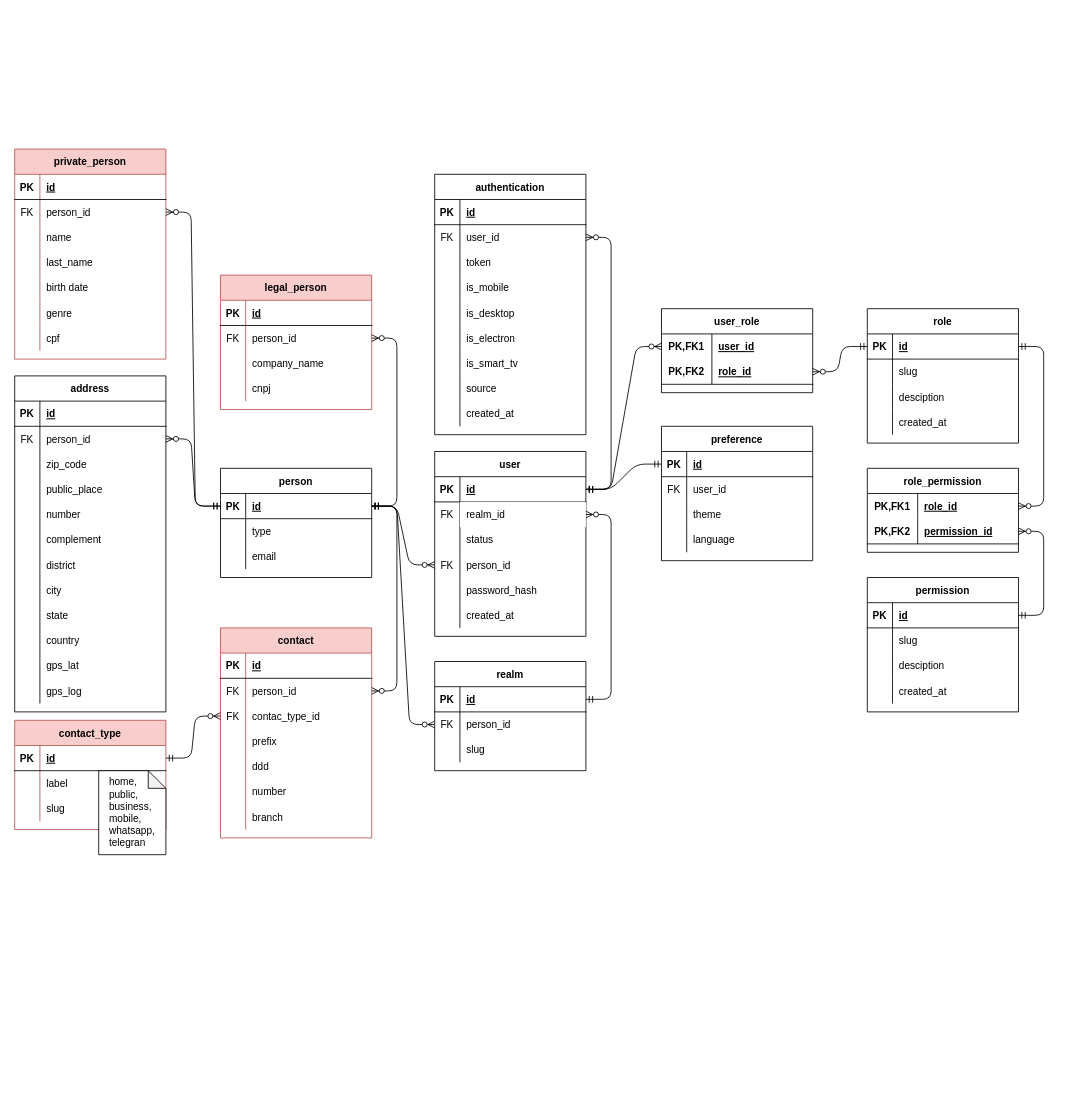
Earlier version of the draw.io diagram doc/baseacl.drawio (rafaelaraujobr/baseacl). Source tidied: cells renumbered, new cells numbered last; positions are measured from the earlier drawing's top-left corner, leaving out a move shared by most shapes. Both pictures are drawn from the tidied source at 84%, with x=0, y=0 at pixel (14, 149).
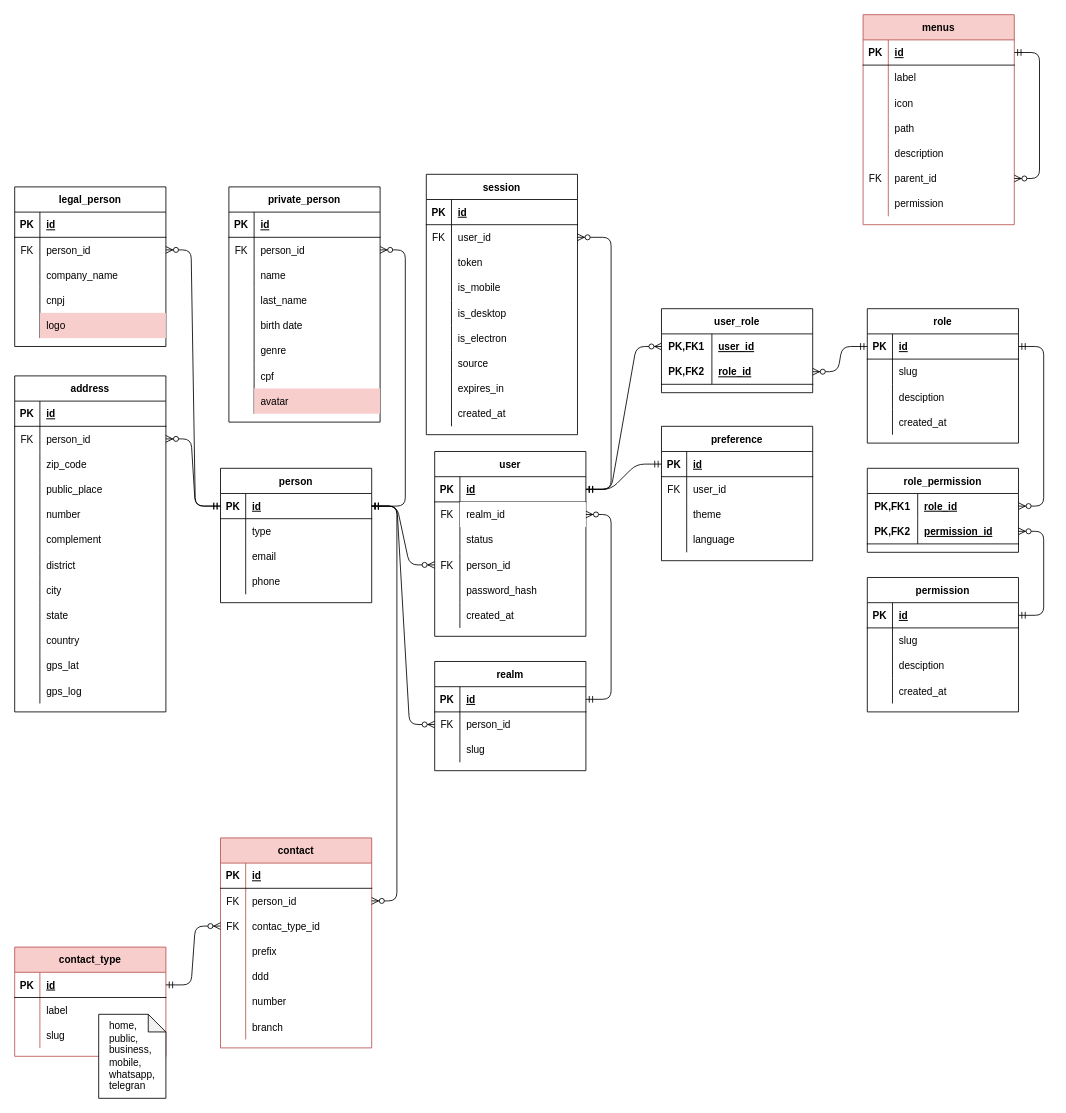
After the change.

Unchanged cells that the change refers to:
```xml
<mxCell id="22" style="shape=partialRectangle;fillColor=none;top=0;left=0;bottom=1;right=0;points=[[0,0.5],[1,0.5]];portConstraint=eastwest;" parent="21" vertex="1">
  <mxGeometry y="30" width="180" height="30" as="geometry" />
</mxCell>
<mxCell id="154" style="shape=partialRectangle;fillColor=none;top=0;left=0;bottom=0;right=0;points=[[0,0.5],[1,0.5]];portConstraint=eastwest;" parent="150" vertex="1">
  <mxGeometry y="60" width="180" height="30" as="geometry" />
</mxCell>
```

The edit, as a diff of the source:
```diff
@@
     <mxCell id="21" value="person" style="shape=table;startSize=30;childLayout=tableLayout;rowLines=0;fontStyle=1;align=center;" parent="1" vertex="1">
-      <mxGeometry x="245" y="380" width="180" height="130" as="geometry" />
+      <mxGeometry x="245" y="380" width="180" height="160" as="geometry" />
     </mxCell>
@@
+    <mxCell id="241" style="shape=partialRectangle;fillColor=none;top=0;left=0;bottom=0;right=0;" parent="21" vertex="1">
+      <mxGeometry y="120" width="180" height="30" as="geometry" />
+    </mxCell>
+    <mxCell id="242" style="shape=partialRectangle;fillColor=none;top=0;left=0;bottom=0;right=0;overflow=hidden;" parent="241" vertex="1">
+      <mxGeometry width="30" height="30" as="geometry" />
+    </mxCell>
+    <mxCell id="243" value="phone" style="shape=partialRectangle;fillColor=none;top=0;left=0;bottom=0;right=0;align=left;spacingLeft=6;overflow=hidden;" parent="241" vertex="1">
+      <mxGeometry x="30" width="150" height="30" as="geometry" />
+    </mxCell>
@@
-    <mxCell id="126" value="private_person" style="shape=table;startSize=30;childLayout=tableLayout;rowLines=0;fontStyle=1;align=center;fillColor=#f8cecc;strokeColor=#b85450;" parent="1" vertex="1">
-      <mxGeometry width="180" height="250" as="geometry" />
+    <mxCell id="126" value="private_person" style="shape=table;startSize=30;childLayout=tableLayout;rowLines=0;fontStyle=1;align=center;" parent="1" vertex="1">
+      <mxGeometry x="255" y="45" width="180" height="280" as="geometry" />
     </mxCell>
@@
+    <mxCell id="244" style="shape=partialRectangle;fillColor=none;top=0;left=0;bottom=0;right=0;" parent="126" vertex="1">
+      <mxGeometry y="240" width="180" height="30" as="geometry" />
+    </mxCell>
+    <mxCell id="245" style="shape=partialRectangle;top=0;left=0;bottom=0;right=0;overflow=hidden;fillColor=none;" parent="244" vertex="1">
+      <mxGeometry width="30" height="30" as="geometry" />
+    </mxCell>
+    <mxCell id="246" value="avatar" style="shape=partialRectangle;top=0;left=0;bottom=0;right=0;align=left;spacingLeft=6;overflow=hidden;fillColor=#f8cecc;strokeColor=#b85450;" parent="244" vertex="1">
+      <mxGeometry x="30" width="150" height="30" as="geometry" />
+    </mxCell>
@@
-    <mxCell id="150" value="legal_person" style="shape=table;startSize=30;childLayout=tableLayout;rowLines=0;fontStyle=1;align=center;fillColor=#f8cecc;strokeColor=#b85450;" parent="1" vertex="1">
-      <mxGeometry x="245" y="150" width="180" height="160" as="geometry" />
+    <mxCell id="150" value="legal_person" style="shape=table;startSize=30;childLayout=tableLayout;rowLines=0;fontStyle=1;align=center;" parent="1" vertex="1">
+      <mxGeometry y="45" width="180" height="190" as="geometry" />
     </mxCell>
@@
+    <mxCell id="247" style="shape=partialRectangle;top=0;left=0;bottom=0;right=0;strokeColor=#b85450;fillColor=none;" parent="150" vertex="1">
+      <mxGeometry y="150" width="180" height="30" as="geometry" />
+    </mxCell>
+    <mxCell id="248" style="shape=partialRectangle;fillColor=none;top=0;left=0;bottom=0;right=0;overflow=hidden;" parent="247" vertex="1">
+      <mxGeometry width="30" height="30" as="geometry" />
+    </mxCell>
+    <mxCell id="249" value="logo" style="shape=partialRectangle;fillColor=#f8cecc;top=0;left=0;bottom=0;right=0;align=left;spacingLeft=6;overflow=hidden;strokeColor=#b85450;" parent="247" vertex="1">
+      <mxGeometry x="30" width="150" height="30" as="geometry" />
+    </mxCell>
@@
-    <mxCell id="174" style="edgeStyle=entityRelationEdgeStyle;fontSize=12;html=1;endArrow=ERzeroToMany;startArrow=ERmandOne;exitX=1;exitY=0.5;exitDx=0;exitDy=0;" parent="1" edge="1" source="22" target="154">
+    <mxCell id="174" style="edgeStyle=entityRelationEdgeStyle;fontSize=12;html=1;endArrow=ERzeroToMany;startArrow=ERmandOne;exitX=0;exitY=0.5;exitDx=0;exitDy=0;" parent="1" edge="1" source="22" target="154">
       <mxGeometry relative="1" as="geometry" />
     </mxCell>
@@
-    <mxCell id="177" value="authentication" style="shape=table;startSize=30;childLayout=tableLayout;rowLines=0;fontStyle=1;align=center;" parent="1" vertex="1">
-      <mxGeometry x="500" y="30" width="180" height="310" as="geometry" />
+    <mxCell id="177" value="session" style="shape=table;startSize=30;childLayout=tableLayout;rowLines=0;fontStyle=1;align=center;" parent="1" vertex="1">
+      <mxGeometry x="490" y="30" width="180" height="310" as="geometry" />
     </mxCell>
@@
+    <mxCell id="199" style="shape=partialRectangle;fillColor=none;top=0;left=0;bottom=0;right=0;" parent="177" vertex="1">
+      <mxGeometry y="210" width="180" height="30" as="geometry" />
+    </mxCell>
+    <mxCell id="200" style="shape=partialRectangle;fillColor=none;top=0;left=0;bottom=0;right=0;overflow=hidden;" parent="199" vertex="1">
+      <mxGeometry width="30" height="30" as="geometry" />
+    </mxCell>
+    <mxCell id="201" value="source" style="shape=partialRectangle;fillColor=none;top=0;left=0;bottom=0;right=0;align=left;spacingLeft=6;overflow=hidden;" parent="199" vertex="1">
+      <mxGeometry x="30" width="150" height="30" as="geometry" />
+    </mxCell>
     <mxCell id="196" style="shape=partialRectangle;fillColor=none;top=0;left=0;bottom=0;right=0;" parent="177" vertex="1">
-      <mxGeometry y="210" width="180" height="30" as="geometry" />
+      <mxGeometry y="240" width="180" height="30" as="geometry" />
     </mxCell>
@@
-    <mxCell id="198" value="is_smart_tv" style="shape=partialRectangle;fillColor=none;top=0;left=0;bottom=0;right=0;align=left;spacingLeft=6;overflow=hidden;" parent="196" vertex="1">
+    <mxCell id="198" value="expires_in" style="shape=partialRectangle;fillColor=none;top=0;left=0;bottom=0;right=0;align=left;spacingLeft=6;overflow=hidden;" parent="196" vertex="1">
       <mxGeometry x="30" width="150" height="30" as="geometry" />
     </mxCell>
-    <mxCell id="199" style="shape=partialRectangle;fillColor=none;top=0;left=0;bottom=0;right=0;" parent="177" vertex="1">
-      <mxGeometry y="240" width="180" height="30" as="geometry" />
-    </mxCell>
-    <mxCell id="200" style="shape=partialRectangle;fillColor=none;top=0;left=0;bottom=0;right=0;overflow=hidden;" parent="199" vertex="1">
-      <mxGeometry width="30" height="30" as="geometry" />
-    </mxCell>
-    <mxCell id="201" value="source" style="shape=partialRectangle;fillColor=none;top=0;left=0;bottom=0;right=0;align=left;spacingLeft=6;overflow=hidden;" parent="199" vertex="1">
-      <mxGeometry x="30" width="150" height="30" as="geometry" />
-    </mxCell>
@@
     <mxCell id="206" value="contact" style="shape=table;startSize=30;childLayout=tableLayout;rowLines=0;fontStyle=1;align=center;fillColor=#f8cecc;strokeColor=#b85450;" parent="1" vertex="1">
-      <mxGeometry x="245" y="570" width="180" height="250" as="geometry" />
+      <mxGeometry x="245" y="820" width="180" height="250" as="geometry" />
     </mxCell>
@@
     <mxCell id="229" value="contact_type" style="shape=table;startSize=30;childLayout=tableLayout;rowLines=0;fontStyle=1;align=center;fillColor=#f8cecc;strokeColor=#b85450;" parent="1" vertex="1">
-      <mxGeometry y="680" width="180" height="130" as="geometry" />
+      <mxGeometry y="950" width="180" height="130" as="geometry" />
     </mxCell>
@@
     <mxCell id="239" value="&lt;div style=&quot;text-align: justify&quot;&gt;&lt;span&gt;home,&lt;/span&gt;&lt;/div&gt;&lt;div style=&quot;text-align: justify&quot;&gt;&lt;span&gt;public,&lt;/span&gt;&lt;/div&gt;&lt;div style=&quot;text-align: justify&quot;&gt;&lt;span&gt;business,&lt;/span&gt;&lt;/div&gt;&lt;div style=&quot;text-align: justify&quot;&gt;&lt;span&gt;mobile,&lt;/span&gt;&lt;br&gt;&lt;/div&gt;&lt;div style=&quot;text-align: justify&quot;&gt;&lt;span&gt;whatsapp,&lt;/span&gt;&lt;/div&gt;&lt;div style=&quot;text-align: justify&quot;&gt;&lt;span&gt;telegran&lt;/span&gt;&lt;/div&gt;" style="shape=note;whiteSpace=wrap;html=1;backgroundOutline=1;darkOpacity=0.05;align=center;size=21;" parent="1" vertex="1">
-      <mxGeometry x="100" y="740" width="80" height="100" as="geometry" />
+      <mxGeometry x="100" y="1030" width="80" height="100" as="geometry" />
     </mxCell>
@@
+    <mxCell id="250" value="menus" style="shape=table;startSize=30;childLayout=tableLayout;rowLines=0;fontStyle=1;align=center;fillColor=#f8cecc;strokeColor=#b85450;" parent="1" vertex="1">
+      <mxGeometry x="1010" y="-160" width="180" height="250" as="geometry" />
+    </mxCell>
+    <mxCell id="251" style="shape=partialRectangle;fillColor=none;top=0;left=0;bottom=1;right=0;points=[[0,0.5],[1,0.5]];portConstraint=eastwest;" parent="250" vertex="1">
+      <mxGeometry y="30" width="180" height="30" as="geometry" />
+    </mxCell>
+    <mxCell id="252" value="PK" style="shape=partialRectangle;fillColor=none;top=0;left=0;bottom=0;right=0;fontStyle=1;overflow=hidden;" parent="251" vertex="1">
+      <mxGeometry width="30" height="30" as="geometry" />
+    </mxCell>
+    <mxCell id="253" value="id" style="shape=partialRectangle;fillColor=none;top=0;left=0;bottom=0;right=0;align=left;spacingLeft=6;fontStyle=5;overflow=hidden;" parent="251" vertex="1">
+      <mxGeometry x="30" width="150" height="30" as="geometry" />
+    </mxCell>
+    <mxCell id="254" style="shape=partialRectangle;fillColor=none;top=0;left=0;bottom=0;right=0;" parent="250" vertex="1">
+      <mxGeometry y="60" width="180" height="30" as="geometry" />
+    </mxCell>
+    <mxCell id="255" style="shape=partialRectangle;fillColor=none;top=0;left=0;bottom=0;right=0;overflow=hidden;" parent="254" vertex="1">
+      <mxGeometry width="30" height="30" as="geometry" />
+    </mxCell>
+    <mxCell id="256" value="label" style="shape=partialRectangle;fillColor=none;top=0;left=0;bottom=0;right=0;align=left;spacingLeft=6;overflow=hidden;" parent="254" vertex="1">
+      <mxGeometry x="30" width="150" height="30" as="geometry" />
+    </mxCell>
+    <mxCell id="257" style="shape=partialRectangle;fillColor=none;top=0;left=0;bottom=0;right=0;" parent="250" vertex="1">
+      <mxGeometry y="90" width="180" height="30" as="geometry" />
+    </mxCell>
+    <mxCell id="258" style="shape=partialRectangle;fillColor=none;top=0;left=0;bottom=0;right=0;overflow=hidden;" parent="257" vertex="1">
+      <mxGeometry width="30" height="30" as="geometry" />
+    </mxCell>
+    <mxCell id="259" value="icon" style="shape=partialRectangle;fillColor=none;top=0;left=0;bottom=0;right=0;align=left;spacingLeft=6;overflow=hidden;" parent="257" vertex="1">
+      <mxGeometry x="30" width="150" height="30" as="geometry" />
+    </mxCell>
+    <mxCell id="260" style="shape=partialRectangle;fillColor=none;top=0;left=0;bottom=0;right=0;" parent="250" vertex="1">
+      <mxGeometry y="120" width="180" height="30" as="geometry" />
+    </mxCell>
+    <mxCell id="261" style="shape=partialRectangle;fillColor=none;top=0;left=0;bottom=0;right=0;overflow=hidden;" parent="260" vertex="1">
+      <mxGeometry width="30" height="30" as="geometry" />
+    </mxCell>
+    <mxCell id="262" value="path" style="shape=partialRectangle;fillColor=none;top=0;left=0;bottom=0;right=0;align=left;spacingLeft=6;overflow=hidden;" parent="260" vertex="1">
+      <mxGeometry x="30" width="150" height="30" as="geometry" />
+    </mxCell>
+    <mxCell id="263" style="shape=partialRectangle;fillColor=none;top=0;left=0;bottom=0;right=0;" parent="250" vertex="1">
+      <mxGeometry y="150" width="180" height="30" as="geometry" />
+    </mxCell>
+    <mxCell id="264" style="shape=partialRectangle;fillColor=none;top=0;left=0;bottom=0;right=0;overflow=hidden;" parent="263" vertex="1">
+      <mxGeometry width="30" height="30" as="geometry" />
+    </mxCell>
+    <mxCell id="265" value="description" style="shape=partialRectangle;fillColor=none;top=0;left=0;bottom=0;right=0;align=left;spacingLeft=6;overflow=hidden;" parent="263" vertex="1">
+      <mxGeometry x="30" width="150" height="30" as="geometry" />
+    </mxCell>
+    <mxCell id="266" style="shape=partialRectangle;fillColor=none;top=0;left=0;bottom=0;right=0;points=[[0,0.5],[1,0.5]];portConstraint=eastwest;" parent="250" vertex="1">
+      <mxGeometry y="180" width="180" height="30" as="geometry" />
+    </mxCell>
+    <mxCell id="267" value="FK" style="shape=partialRectangle;fillColor=none;top=0;left=0;bottom=0;right=0;overflow=hidden;" parent="266" vertex="1">
+      <mxGeometry width="30" height="30" as="geometry" />
+    </mxCell>
+    <mxCell id="268" value="parent_id" style="shape=partialRectangle;fillColor=none;top=0;left=0;bottom=0;right=0;align=left;spacingLeft=6;overflow=hidden;" parent="266" vertex="1">
+      <mxGeometry x="30" width="150" height="30" as="geometry" />
+    </mxCell>
+    <mxCell id="269" style="shape=partialRectangle;fillColor=none;top=0;left=0;bottom=0;right=0;" parent="250" vertex="1">
+      <mxGeometry y="210" width="180" height="30" as="geometry" />
+    </mxCell>
+    <mxCell id="270" style="shape=partialRectangle;fillColor=none;top=0;left=0;bottom=0;right=0;overflow=hidden;" parent="269" vertex="1">
+      <mxGeometry width="30" height="30" as="geometry" />
+    </mxCell>
+    <mxCell id="271" value="permission" style="shape=partialRectangle;fillColor=none;top=0;left=0;bottom=0;right=0;align=left;spacingLeft=6;overflow=hidden;" parent="269" vertex="1">
+      <mxGeometry x="30" width="150" height="30" as="geometry" />
+    </mxCell>
+    <mxCell id="272" style="edgeStyle=entityRelationEdgeStyle;fontSize=12;html=1;endArrow=ERzeroToMany;startArrow=ERmandOne;" parent="250" edge="1" source="251" target="266">
+      <mxGeometry relative="1" as="geometry" />
+    </mxCell>
```
